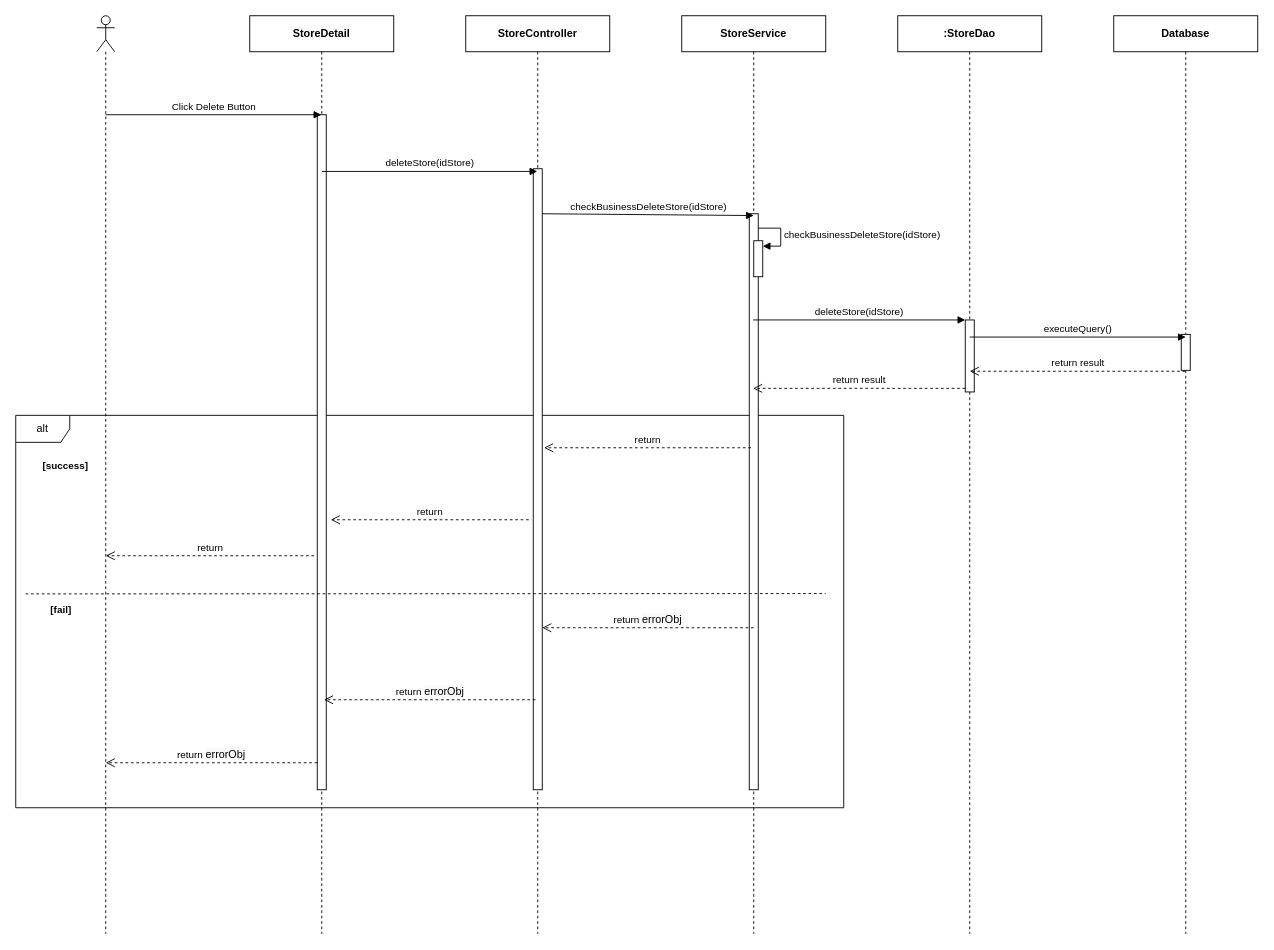
The draw.io diagram page "Ev04" (2 of 4) of 0. Create/Sequece/sc01/SC0101_StoreDetail.drawio in luannmdev/CapstoneDocument, before the edit. Source tidied: cells renumbered, new cells numbered last; positions are measured from the earlier drawing's top-left corner, leaving out a move shared by most shapes. Both pictures are drawn from the tidied source at 90%, with x=0, y=0 at pixel (15, 15).
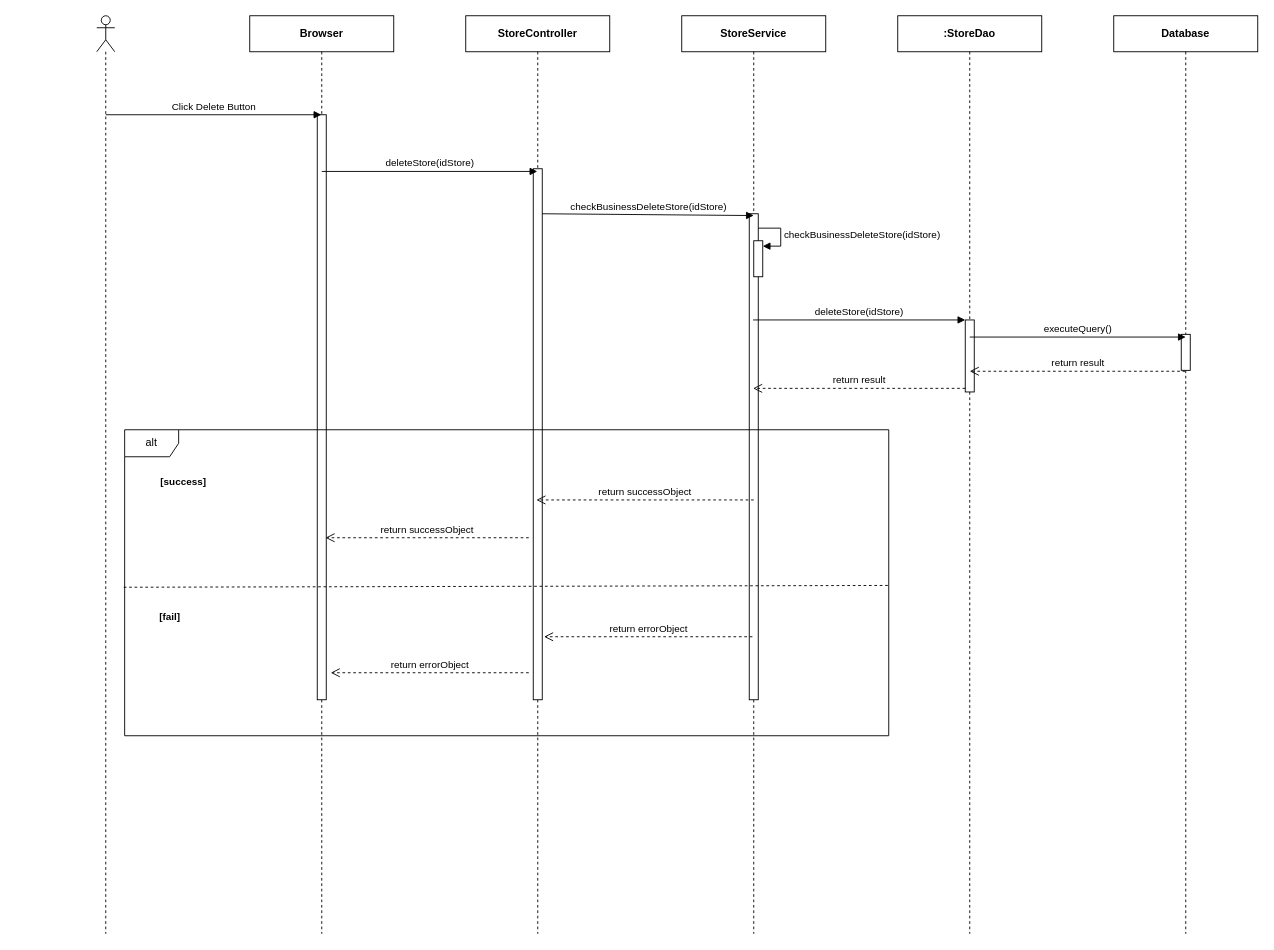
The same page after the edit.

Unchanged cells that the change refers to:
```xml
<mxCell id="9" value="&lt;b&gt;StoreService&lt;/b&gt;" style="shape=umlLifeline;perimeter=lifelinePerimeter;whiteSpace=wrap;html=1;" parent="1" vertex="1">
  <mxGeometry x="740" width="160" height="1020" as="geometry" />
</mxCell>
<mxCell id="11" value="&lt;b&gt;StoreController&lt;/b&gt;" style="shape=umlLifeline;perimeter=lifelinePerimeter;whiteSpace=wrap;html=1;" parent="1" vertex="1">
  <mxGeometry x="500" width="160" height="1020" as="geometry" />
</mxCell>
```

What changed in the source:
```diff
@@
-    <mxCell id="2" value="alt" style="shape=umlFrame;whiteSpace=wrap;html=1;" parent="1" vertex="1">
-      <mxGeometry y="444" width="920" height="436" as="geometry" />
-    </mxCell>
@@
-    <mxCell id="6" value="&lt;b&gt;StoreDetail&lt;/b&gt;" style="shape=umlLifeline;perimeter=lifelinePerimeter;whiteSpace=wrap;html=1;outlineConnect=0;" parent="1" vertex="1">
+    <mxCell id="6" value="&lt;b&gt;Browser&lt;/b&gt;" style="shape=umlLifeline;perimeter=lifelinePerimeter;whiteSpace=wrap;html=1;outlineConnect=0;" parent="1" vertex="1">
       <mxGeometry x="260" width="160" height="1020" as="geometry" />
     </mxCell>
     <mxCell id="7" style="html=1;perimeter=orthogonalPerimeter;" parent="6" vertex="1">
-      <mxGeometry x="75" y="110" width="10" height="750" as="geometry" />
+      <mxGeometry x="75" y="110" width="10" height="650" as="geometry" />
     </mxCell>
@@
     <mxCell id="10" style="html=1;perimeter=orthogonalPerimeter;" parent="9" vertex="1">
-      <mxGeometry x="75" y="220" width="10" height="640" as="geometry" />
+      <mxGeometry x="75" y="220" width="10" height="540" as="geometry" />
     </mxCell>
@@
     <mxCell id="12" style="html=1;perimeter=orthogonalPerimeter;" parent="11" vertex="1">
-      <mxGeometry x="75" y="170" width="10" height="690" as="geometry" />
+      <mxGeometry x="75" y="170" width="10" height="590" as="geometry" />
     </mxCell>
@@
-    <mxCell id="23" value="return" style="html=1;verticalAlign=bottom;endArrow=open;dashed=1;endSize=8;" parent="1" edge="1">
-      <mxGeometry relative="1" as="geometry">
-        <mxPoint x="817" y="480" as="sourcePoint" />
-        <mxPoint x="587" y="480" as="targetPoint" />
-      </mxGeometry>
-    </mxCell>
-    <mxCell id="24" style="endArrow=none;dashed=1;html=1;exitX=0.001;exitY=0.455;exitDx=0;exitDy=0;exitPerimeter=0;" parent="1" edge="1">
-      <mxGeometry relative="1" as="geometry">
-        <mxPoint x="10.9" y="642.4" as="sourcePoint" />
-        <mxPoint x="900" y="642" as="targetPoint" />
-      </mxGeometry>
-    </mxCell>
-    <mxCell id="25" value="return&amp;nbsp;&lt;span style=&quot;font-size: 12px ; background-color: rgb(248 , 249 , 250)&quot;&gt;errorObj&lt;/span&gt;" style="html=1;verticalAlign=bottom;endArrow=open;dashed=1;endSize=8;" parent="1" edge="1">
-      <mxGeometry relative="1" as="geometry">
-        <mxPoint x="577.5" y="760" as="sourcePoint" />
-        <mxPoint x="342.5" y="760" as="targetPoint" />
-      </mxGeometry>
-    </mxCell>
-    <mxCell id="26" value="return" style="html=1;verticalAlign=bottom;endArrow=open;dashed=1;endSize=8;" parent="1" edge="1">
-      <mxGeometry relative="1" as="geometry">
-        <mxPoint x="570" y="560" as="sourcePoint" />
-        <mxPoint x="350" y="560" as="targetPoint" />
-      </mxGeometry>
-    </mxCell>
-    <mxCell id="27" value="return" style="html=1;verticalAlign=bottom;endArrow=open;dashed=1;endSize=8;" parent="1" edge="1">
-      <mxGeometry relative="1" as="geometry">
-        <mxPoint x="331.5" y="600" as="sourcePoint" />
-        <mxPoint x="100" y="600" as="targetPoint" />
-      </mxGeometry>
-    </mxCell>
-    <mxCell id="28" value="return&amp;nbsp;&lt;span style=&quot;font-size: 12px ; background-color: rgb(248 , 249 , 250)&quot;&gt;errorObj&lt;/span&gt;" style="html=1;verticalAlign=bottom;endArrow=open;dashed=1;endSize=8;" parent="1" edge="1">
-      <mxGeometry relative="1" as="geometry">
-        <mxPoint x="820" y="680" as="sourcePoint" />
-        <mxPoint x="585" y="680" as="targetPoint" />
-      </mxGeometry>
-    </mxCell>
-    <mxCell id="29" value="return&amp;nbsp;&lt;span style=&quot;font-size: 12px ; background-color: rgb(248 , 249 , 250)&quot;&gt;errorObj&lt;/span&gt;" style="html=1;verticalAlign=bottom;endArrow=open;dashed=1;endSize=8;" parent="1" edge="1">
-      <mxGeometry relative="1" as="geometry">
-        <mxPoint x="335" y="830" as="sourcePoint" />
-        <mxPoint x="100" y="830" as="targetPoint" />
-      </mxGeometry>
-    </mxCell>
+    <mxCell id="2" value="alt" style="shape=umlFrame;whiteSpace=wrap;html=1;" parent="1" vertex="1">
+      <mxGeometry x="121" y="460" width="849" height="340" as="geometry" />
+    </mxCell>
     <mxCell id="30" value="&lt;span style=&quot;font-size: 11px ; background-color: rgb(255 , 255 , 255)&quot;&gt;&lt;b&gt;[success]&lt;/b&gt;&lt;/span&gt;" style="text;html=1;align=center;verticalAlign=middle;" parent="1" vertex="1">
-      <mxGeometry x="20" y="490" width="70" height="20" as="geometry" />
+      <mxGeometry x="151" y="508" width="70" height="20" as="geometry" />
     </mxCell>
     <mxCell id="31" value="&lt;span style=&quot;font-size: 11px ; background-color: rgb(255 , 255 , 255)&quot;&gt;&lt;b&gt;[fail]&lt;/b&gt;&lt;/span&gt;" style="text;html=1;align=center;verticalAlign=middle;" parent="1" vertex="1">
-      <mxGeometry x="30" y="650" width="40" height="20" as="geometry" />
+      <mxGeometry x="151" y="658" width="40" height="20" as="geometry" />
     </mxCell>
+    <mxCell id="32" value="return errorObject" style="html=1;verticalAlign=bottom;endArrow=open;dashed=1;endSize=8;" parent="1" edge="1">
+      <mxGeometry relative="1" as="geometry">
+        <mxPoint x="570" y="730" as="sourcePoint" />
+        <mxPoint x="350" y="730" as="targetPoint" />
+      </mxGeometry>
+    </mxCell>
+    <mxCell id="33" value="return successObject" style="html=1;verticalAlign=bottom;endArrow=open;dashed=1;endSize=8;" parent="1" edge="1">
+      <mxGeometry relative="1" as="geometry">
+        <mxPoint x="570" y="580" as="sourcePoint" />
+        <mxPoint x="344.2" y="580" as="targetPoint" />
+      </mxGeometry>
+    </mxCell>
+    <mxCell id="34" value="return successObject" style="html=1;verticalAlign=bottom;endArrow=open;dashed=1;endSize=8;" parent="1" edge="1">
+      <mxGeometry relative="1" as="geometry">
+        <mxPoint x="820" y="538" as="sourcePoint" />
+        <mxPoint x="578.5" y="538" as="targetPoint" />
+      </mxGeometry>
+    </mxCell>
+    <mxCell id="35" value="return errorObject" style="html=1;verticalAlign=bottom;endArrow=open;dashed=1;endSize=8;" parent="1" edge="1">
+      <mxGeometry relative="1" as="geometry">
+        <mxPoint x="818.5" y="690" as="sourcePoint" />
+        <mxPoint x="587" y="690" as="targetPoint" />
+      </mxGeometry>
+    </mxCell>
+    <mxCell id="36" style="endArrow=none;dashed=1;html=1;exitX=-0.001;exitY=0.303;exitDx=0;exitDy=0;exitPerimeter=0;" parent="1" edge="1">
+      <mxGeometry relative="1" as="geometry">
+        <mxPoint x="120" y="635" as="sourcePoint" />
+        <mxPoint x="970" y="633" as="targetPoint" />
+      </mxGeometry>
+    </mxCell>
```
